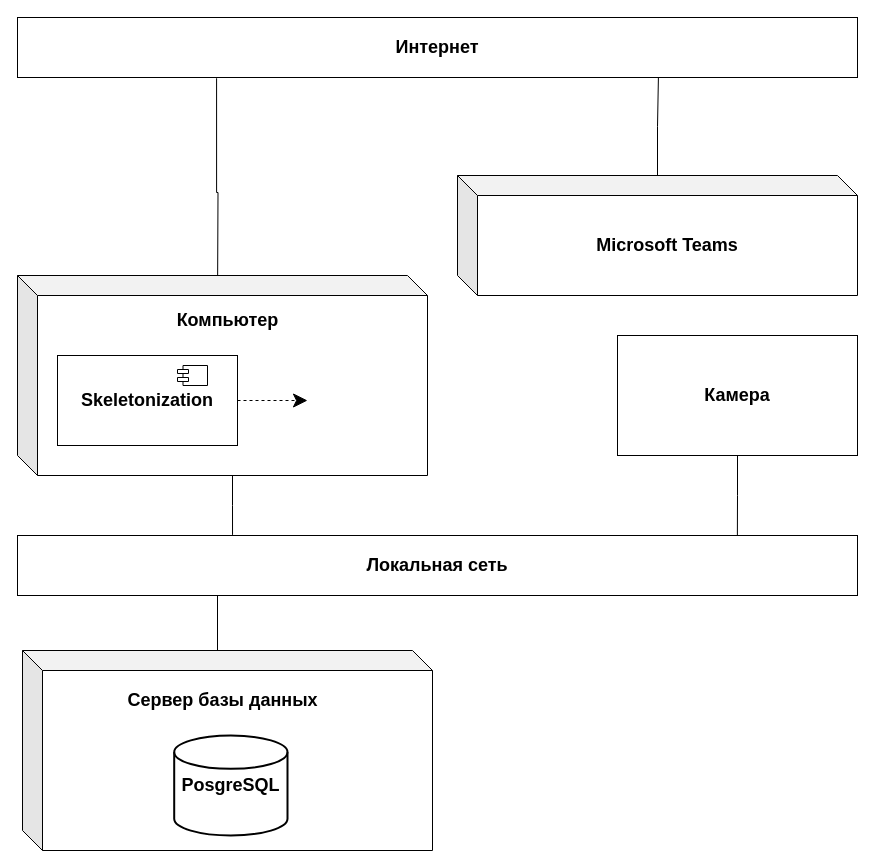
GoldGreen/Skeletonization keeps this draw.io diagram as page "Locaton" (7 of 8) of Engineering/Main-diagrams.drawio. Above is the earlier version. Source tidied: cells renumbered, new cells numbered last; positions are measured from the earlier drawing's top-left corner, leaving out a move shared by most shapes. Both pictures are drawn from the tidied source at 100%, with x=0, y=0 at pixel (17, 17).
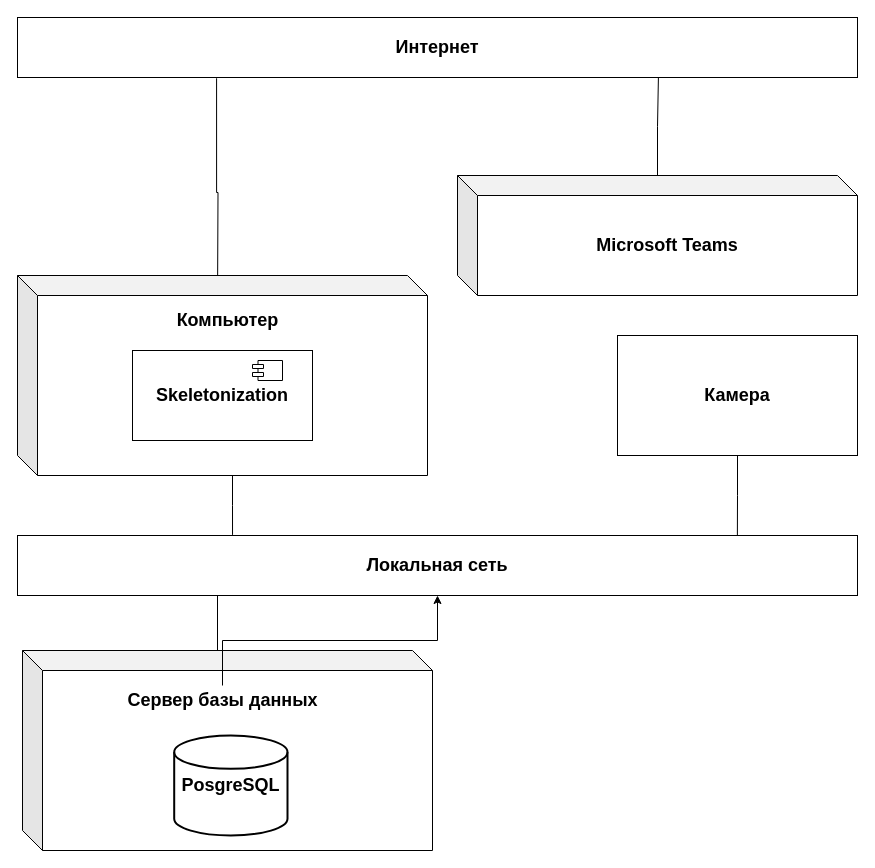
Above is the later version.

Unchanged cells that the change refers to:
```xml
<mxCell id="6" value="Локальная сеть" style="rounded=0;whiteSpace=wrap;html=1;fontSize=18;fontStyle=1;" parent="1" vertex="1">
  <mxGeometry y="518" width="840" height="60" as="geometry" />
</mxCell>
<mxCell id="17" value="Сервер базы данных" style="text;html=1;align=center;verticalAlign=middle;points=[];strokeColor=none;fillColor=none;fontSize=18;fontStyle=1;" parent="1" vertex="1">
  <mxGeometry x="100" y="668" width="210" height="30" as="geometry" />
</mxCell>
```

Diff of the diagram source:
```diff
@@
-    <mxCell id="8" style="edgeStyle=orthogonalEdgeStyle;rounded=0;jettySize=auto;html=1;exitX=1;exitY=0.5;exitDx=0;exitDy=0;entryX=0;entryY=0.5;entryDx=0;entryDy=0;entryPerimeter=0;fontSize=18;endArrow=classic;endFill=1;startSize=6;endSize=12;dashed=1;fontStyle=1;" parent="1" edge="1" source="9">
-      <mxGeometry relative="1" as="geometry">
-        <mxPoint x="290" y="383" as="targetPoint" />
-      </mxGeometry>
-    </mxCell>
     <mxCell id="9" value="Skeletonization" style="rounded=0;whiteSpace=wrap;html=1;fontSize=18;fontStyle=1;" parent="1" vertex="1">
-      <mxGeometry x="40" y="338" width="180" height="90" as="geometry" />
+      <mxGeometry x="115" y="333" width="180" height="90" as="geometry" />
     </mxCell>
     <mxCell id="10" style="shape=module;align=left;spacingLeft=20;align=center;verticalAlign=top;jettyWidth=11;jettyHeight=4;fontSize=18;fontStyle=1;" parent="1" vertex="1">
-      <mxGeometry x="160" y="348" width="30" height="20" as="geometry" />
+      <mxGeometry x="235" y="343" width="30" height="20" as="geometry" />
     </mxCell>
@@
+    <mxCell id="19" style="edgeStyle=orthogonalEdgeStyle;rounded=0;jettySize=auto;html=1;" parent="1" edge="1" source="17" target="6">
+      <mxGeometry relative="1" as="geometry" />
+    </mxCell>
```
